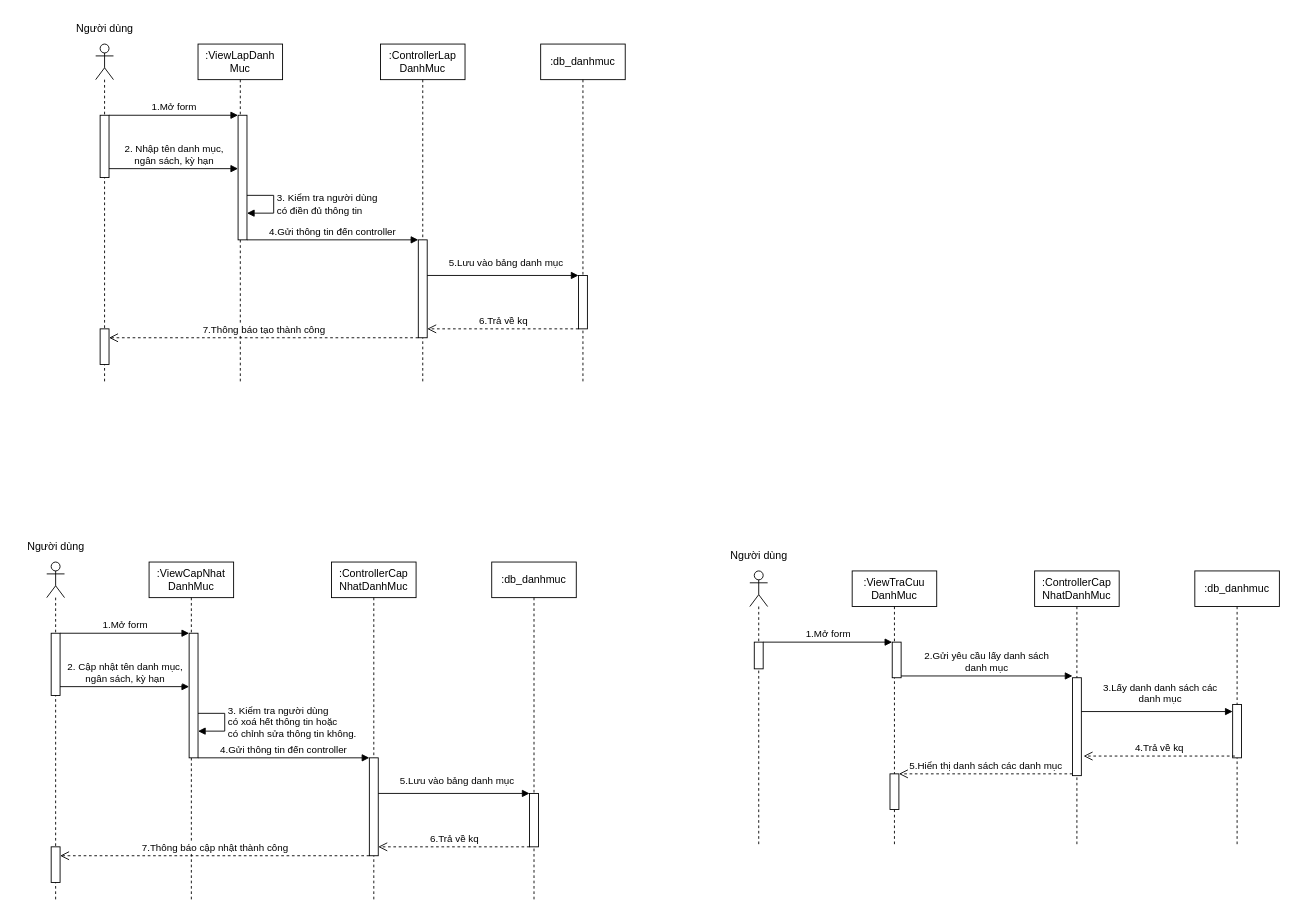
huyga1185/quanLyKTX_22CT4 keeps this draw.io diagram as SequenceDiagram030525.drawio. Above is the earlier version. Source tidied: cells renumbered, new cells numbered last; positions are measured from the earlier drawing's top-left corner, leaving out a move shared by most shapes. Both pictures are drawn from the tidied source at 89%, with x=0, y=0 at pixel (15, 15).
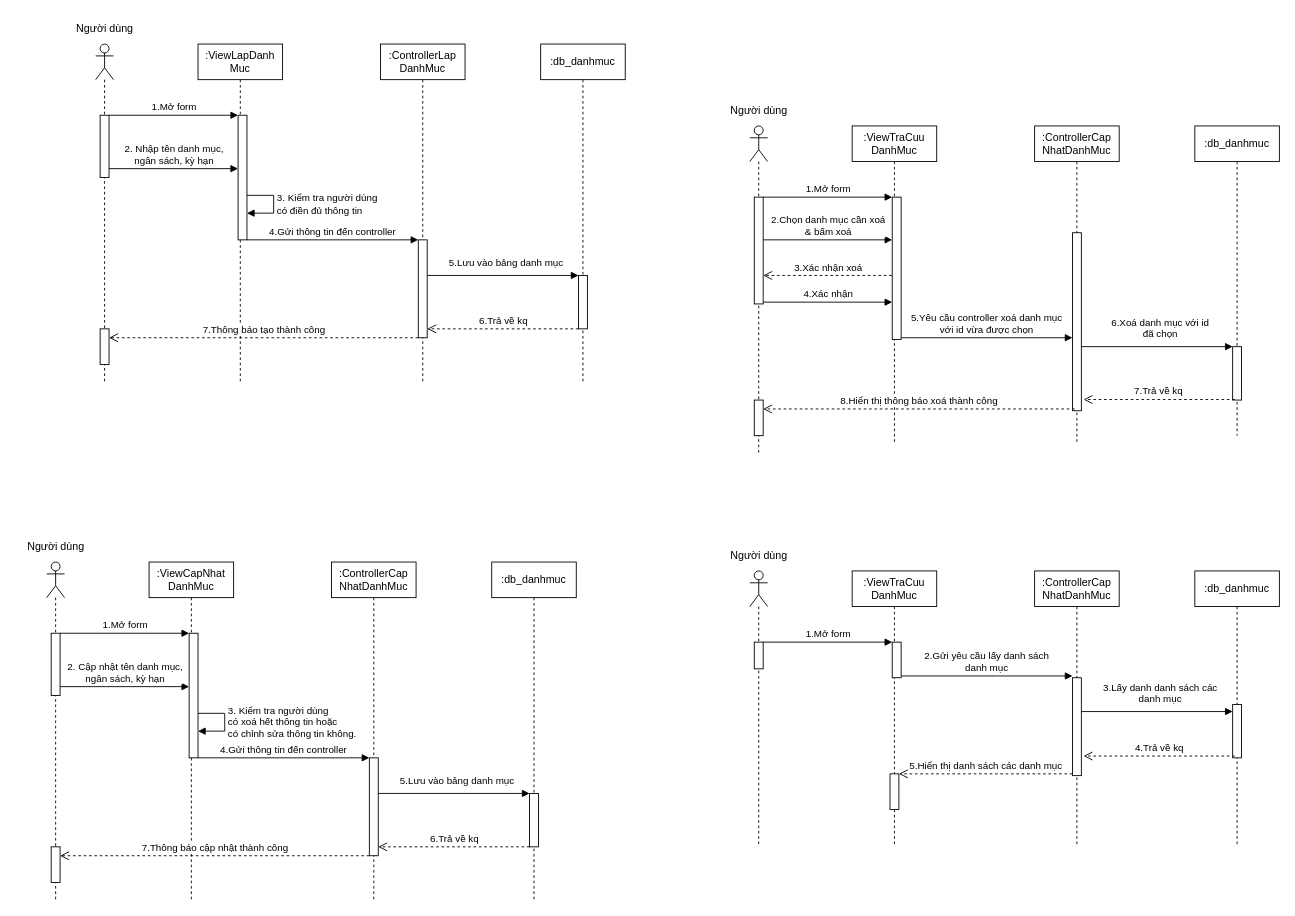
Above is the later version.

Diff of the diagram source:
```diff
@@
+    <mxCell id="51" style="shape=umlLifeline;perimeter=lifelinePerimeter;whiteSpace=wrap;html=1;newEdgeStyle={&quot;curved&quot;:0,&quot;rounded&quot;:0};participant=umlActor;" parent="1" vertex="1">
+      <mxGeometry x="825" y="124" width="20" height="368" as="geometry" />
+    </mxCell>
+    <mxCell id="52" style="html=1;points=[[0,0,0,0,5],[0,1,0,0,-5],[1,0,0,0,5],[1,1,0,0,-5]];perimeter=orthogonalPerimeter;outlineConnect=0;targetShapes=umlLifeline;portConstraint=eastwest;newEdgeStyle={&quot;curved&quot;:0,&quot;rounded&quot;:0};" parent="51" vertex="1">
+      <mxGeometry x="5" y="80" width="10" height="120" as="geometry" />
+    </mxCell>
+    <mxCell id="53" style="html=1;points=[[0,0,0,0,5],[0,1,0,0,-5],[1,0,0,0,5],[1,1,0,0,-5]];perimeter=orthogonalPerimeter;outlineConnect=0;targetShapes=umlLifeline;portConstraint=eastwest;newEdgeStyle={&quot;curved&quot;:0,&quot;rounded&quot;:0};" parent="51" vertex="1">
+      <mxGeometry x="5" y="308" width="10" height="40" as="geometry" />
+    </mxCell>
+    <mxCell id="54" value=":ViewTraCuu&lt;br&gt;DanhMuc" style="shape=umlLifeline;perimeter=lifelinePerimeter;whiteSpace=wrap;html=1;newEdgeStyle={&quot;curved&quot;:0,&quot;rounded&quot;:0};" parent="1" vertex="1">
+      <mxGeometry x="940" y="124" width="95" height="358" as="geometry" />
+    </mxCell>
+    <mxCell id="55" style="html=1;perimeter=orthogonalPerimeter;targetShapes=umlLifeline;newEdgeStyle={&quot;curved&quot;:0,&quot;rounded&quot;:0};" parent="54" vertex="1">
+      <mxGeometry x="45" y="80" width="10" height="160" as="geometry" />
+    </mxCell>
+    <mxCell id="56" value=":ControllerCap&lt;br&gt;NhatDanhMuc" style="shape=umlLifeline;perimeter=lifelinePerimeter;whiteSpace=wrap;html=1;newEdgeStyle={&quot;curved&quot;:0,&quot;rounded&quot;:0};" parent="1" vertex="1">
+      <mxGeometry x="1145" y="124" width="95" height="358" as="geometry" />
+    </mxCell>
+    <mxCell id="57" style="html=1;perimeter=orthogonalPerimeter;targetShapes=umlLifeline;newEdgeStyle={&quot;curved&quot;:0,&quot;rounded&quot;:0};" parent="56" vertex="1">
+      <mxGeometry x="42.5" y="120" width="10" height="200" as="geometry" />
+    </mxCell>
+    <mxCell id="58" value=":db_danhmuc" style="shape=umlLifeline;perimeter=lifelinePerimeter;whiteSpace=wrap;html=1;newEdgeStyle={&quot;curved&quot;:0,&quot;rounded&quot;:0};" parent="1" vertex="1">
+      <mxGeometry x="1325" y="124" width="95" height="348" as="geometry" />
+    </mxCell>
+    <mxCell id="59" style="html=1;perimeter=orthogonalPerimeter;targetShapes=umlLifeline;newEdgeStyle={&quot;curved&quot;:0,&quot;rounded&quot;:0};" parent="58" vertex="1">
+      <mxGeometry x="42.5" y="248" width="10" height="60" as="geometry" />
+    </mxCell>
+    <mxCell id="60" value="1.Mở form" style="html=1;verticalAlign=bottom;endArrow=block;curved=0;rounded=0;" parent="1" edge="1">
+      <mxGeometry relative="1" as="geometry">
+        <mxPoint x="840" y="204" as="sourcePoint" />
+        <mxPoint x="985" y="204" as="targetPoint" />
+      </mxGeometry>
+    </mxCell>
+    <mxCell id="61" value="5.Yêu cầu controller xoá danh mục&lt;br&gt;với id vừa được chọn" style="html=1;verticalAlign=bottom;endArrow=block;curved=0;rounded=0;entryX=0;entryY=0;entryDx=0;entryDy=5;" parent="1" edge="1">
+      <mxGeometry relative="1" as="geometry">
+        <mxPoint x="995" y="362" as="sourcePoint" />
+        <mxPoint x="1187.5" y="362" as="targetPoint" />
+      </mxGeometry>
+    </mxCell>
+    <mxCell id="62" value="6.Xoá danh mục với id&lt;br&gt;đã chọn" style="html=1;verticalAlign=bottom;endArrow=block;curved=0;rounded=0;entryX=0;entryY=0;entryDx=0;entryDy=5;" parent="1" edge="1">
+      <mxGeometry x="0.03" y="5" relative="1" as="geometry">
+        <mxPoint x="1197.5" y="372" as="sourcePoint" />
+        <mxPoint x="1367.5" y="372" as="targetPoint" />
+      </mxGeometry>
+    </mxCell>
+    <mxCell id="63" value="7.Trả về kq" style="html=1;verticalAlign=bottom;endArrow=open;dashed=1;endSize=8;curved=0;rounded=0;exitX=0;exitY=1;exitDx=0;exitDy=-5;" parent="1" edge="1">
+      <mxGeometry x="0.01" relative="1" as="geometry">
+        <mxPoint x="1370" y="431.4" as="sourcePoint" />
+        <mxPoint x="1200" y="431.4" as="targetPoint" />
+      </mxGeometry>
+    </mxCell>
+    <mxCell id="64" value="8.Hiển thị thông báo xoá thành công" style="html=1;verticalAlign=bottom;endArrow=open;dashed=1;endSize=8;curved=0;rounded=0;" parent="1" edge="1" target="53">
+      <mxGeometry relative="1" as="geometry">
+        <mxPoint x="1190" y="442" as="sourcePoint" />
+      </mxGeometry>
+    </mxCell>
+    <mxCell id="65" value="Người dùng" style="text;html=1;align=center;verticalAlign=middle;strokeColor=none;fillColor=none;" parent="1" vertex="1">
+      <mxGeometry x="790" y="92" width="90" height="30" as="geometry" />
+    </mxCell>
+    <mxCell id="66" value="2.Chọn danh mục cần xoá&lt;br&gt;&amp;amp; bấm xoá" style="html=1;verticalAlign=bottom;endArrow=block;curved=0;rounded=0;" parent="1" edge="1">
+      <mxGeometry relative="1" as="geometry">
+        <mxPoint x="840" y="252" as="sourcePoint" />
+        <mxPoint x="985" y="252" as="targetPoint" />
+      </mxGeometry>
+    </mxCell>
+    <mxCell id="67" value="3.Xác nhận xoá" style="html=1;verticalAlign=bottom;endArrow=open;dashed=1;endSize=8;curved=0;rounded=0;exitX=0;exitY=1;exitDx=0;exitDy=-5;" parent="1" edge="1" target="52">
+      <mxGeometry relative="1" as="geometry">
+        <mxPoint x="984.5" y="292" as="sourcePoint" />
+      </mxGeometry>
+    </mxCell>
+    <mxCell id="68" value="4.Xác nhận" style="html=1;verticalAlign=bottom;endArrow=block;curved=0;rounded=0;" parent="1" edge="1">
+      <mxGeometry relative="1" as="geometry">
+        <mxPoint x="840" y="322" as="sourcePoint" />
+        <mxPoint x="985" y="322" as="targetPoint" />
+      </mxGeometry>
+    </mxCell>
```
